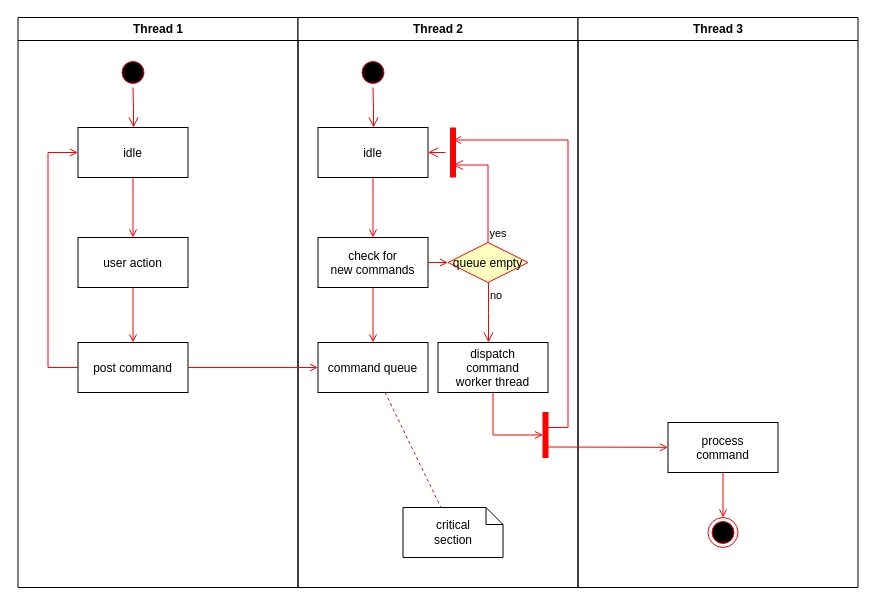
The draw.io diagram page "Atividades-Geral" (1 of 2) of diagramas/Untitled Diagram.drawio in vinniciusJ/fps_finder, before the edit. Source tidied: cells renumbered, new cells numbered last; positions are measured from the earlier drawing's top-left corner, leaving out a move shared by most shapes. Both pictures are drawn from the tidied source at 100%, with x=0, y=0 at pixel (17, 17).
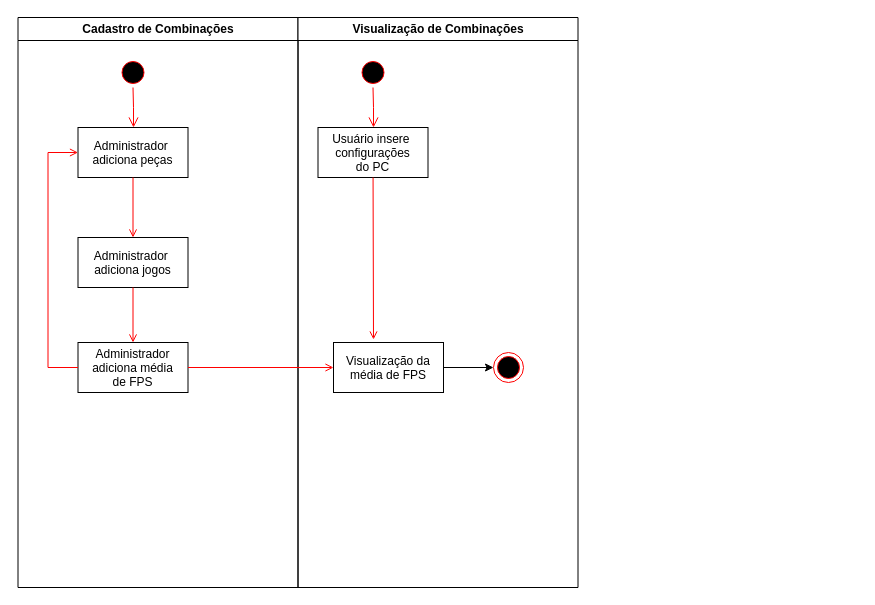
The same diagram, later.

Change to the diagram source:
```diff
@@
-    <mxCell id="2" value="Thread 1" style="swimlane;whiteSpace=wrap;" parent="1" vertex="1">
+    <mxCell id="2" value="Cadastro de Combinações" style="swimlane;whiteSpace=wrap;" parent="1" vertex="1">
       <mxGeometry x="0.5" width="280" height="570" as="geometry" />
     </mxCell>
@@
-    <mxCell id="5" value="idle" parent="2" vertex="1">
+    <mxCell id="5" value="Administrador &#10;adiciona peças" parent="2" vertex="1">
       <mxGeometry x="60" y="110" width="110" height="50" as="geometry" />
     </mxCell>
-    <mxCell id="6" value="user action" parent="2" vertex="1">
+    <mxCell id="6" value="Administrador &#10;adiciona jogos" parent="2" vertex="1">
       <mxGeometry x="60" y="220" width="110" height="50" as="geometry" />
     </mxCell>
@@
-    <mxCell id="8" value="post command" parent="2" vertex="1">
+    <mxCell id="8" value="Administrador&#10;adiciona média&#10;de FPS" parent="2" vertex="1">
       <mxGeometry x="60" y="325" width="110" height="50" as="geometry" />
     </mxCell>
@@
-    <mxCell id="11" value="Thread 2" style="swimlane;whiteSpace=wrap;" parent="1" vertex="1">
+    <mxCell id="11" value="Visualização de Combinações" style="swimlane;whiteSpace=wrap;" parent="1" vertex="1">
       <mxGeometry x="280.5" width="280" height="570" as="geometry" />
     </mxCell>
@@
-    <mxCell id="14" value="idle" parent="11" vertex="1">
+    <mxCell id="14" value="Usuário insere &#10;configurações&#10;do PC" parent="11" vertex="1">
       <mxGeometry x="20" y="110" width="110" height="50" as="geometry" />
     </mxCell>
-    <mxCell id="15" value="check for &#10;new commands" parent="11" vertex="1">
-      <mxGeometry x="20" y="220" width="110" height="50" as="geometry" />
-    </mxCell>
-    <mxCell id="16" style="endArrow=open;strokeColor=#FF0000;endFill=1;rounded=0;" parent="11" edge="1" source="14" target="15">
-      <mxGeometry relative="1" as="geometry" />
+    <mxCell id="16" style="endArrow=open;strokeColor=#FF0000;endFill=1;rounded=0;" parent="11" edge="1" source="14">
+      <mxGeometry relative="1" as="geometry">
+        <mxPoint x="75.5" y="322" as="targetPoint" />
+      </mxGeometry>
     </mxCell>
+    <mxCell id="37" style="edgeStyle=orthogonalEdgeStyle;rounded=0;jettySize=auto;html=1;exitX=1;exitY=0.5;exitDx=0;exitDy=0;entryX=0;entryY=0.5;entryDx=0;entryDy=0;" parent="11" edge="1" source="17" target="34">
+      <mxGeometry relative="1" as="geometry" />
+    </mxCell>
-    <mxCell id="17" value="command queue" parent="11" vertex="1">
-      <mxGeometry x="20" y="325" width="110" height="50" as="geometry" />
+    <mxCell id="17" value="Visualização da&#10;média de FPS" parent="11" vertex="1">
+      <mxGeometry x="35.5" y="325" width="110" height="50" as="geometry" />
     </mxCell>
-    <mxCell id="18" style="endArrow=open;strokeColor=#FF0000;endFill=1;rounded=0;" parent="11" edge="1" source="15" target="17">
-      <mxGeometry relative="1" as="geometry" />
-    </mxCell>
-    <mxCell id="19" value="queue empty" style="rhombus;fillColor=#ffffc0;strokeColor=#ff0000;" parent="11" vertex="1">
-      <mxGeometry x="150" y="225" width="80" height="40" as="geometry" />
-    </mxCell>
-    <mxCell id="20" value="yes" style="edgeStyle=elbowEdgeStyle;elbow=horizontal;align=left;verticalAlign=bottom;endArrow=open;endSize=8;strokeColor=#FF0000;exitX=0.5;exitY=0;endFill=1;rounded=0;entryX=0.75;entryY=0.5;entryPerimeter=0;" parent="11" edge="1" source="19" target="23">
-      <mxGeometry x="-1" relative="1" as="geometry">
-        <Array as="points">
-          <mxPoint x="190" y="180" />
-        </Array>
-      </mxGeometry>
-    </mxCell>
-    <mxCell id="21" value="no" style="edgeStyle=elbowEdgeStyle;elbow=horizontal;align=left;verticalAlign=top;endArrow=open;endSize=8;strokeColor=#FF0000;endFill=1;rounded=0;" parent="11" edge="1" source="19" target="25">
-      <mxGeometry x="-1" relative="1" as="geometry" />
-    </mxCell>
-    <mxCell id="22" style="endArrow=open;strokeColor=#FF0000;endFill=1;rounded=0;" parent="11" edge="1" source="15" target="19">
-      <mxGeometry relative="1" as="geometry" />
-    </mxCell>
-    <mxCell id="23" style="shape=line;strokeWidth=6;strokeColor=#ff0000;rotation=90;" parent="11" vertex="1">
-      <mxGeometry x="130" y="127.5" width="50" height="15" as="geometry" />
-    </mxCell>
-    <mxCell id="24" style="edgeStyle=elbowEdgeStyle;elbow=horizontal;verticalAlign=bottom;endArrow=open;endSize=8;strokeColor=#FF0000;endFill=1;rounded=0;" parent="11" edge="1" source="23" target="14">
-      <mxGeometry x="130" y="90" as="geometry" />
-    </mxCell>
-    <mxCell id="25" value="dispatch&#10;command&#10;worker thread" parent="11" vertex="1">
-      <mxGeometry x="140" y="325" width="110" height="50" as="geometry" />
-    </mxCell>
-    <mxCell id="26" value="critical&#10;section" style="shape=note;whiteSpace=wrap;size=17;" parent="11" vertex="1">
-      <mxGeometry x="105" y="490" width="100" height="50" as="geometry" />
-    </mxCell>
-    <mxCell id="27" style="endArrow=none;strokeColor=#FF0000;endFill=0;rounded=0;dashed=1;" parent="11" edge="1" source="17" target="26">
-      <mxGeometry relative="1" as="geometry" />
-    </mxCell>
-    <mxCell id="28" style="whiteSpace=wrap;strokeColor=#FF0000;fillColor=#FF0000;" parent="11" vertex="1">
-      <mxGeometry x="245" y="395" width="5" height="45" as="geometry" />
-    </mxCell>
-    <mxCell id="29" style="edgeStyle=elbowEdgeStyle;elbow=horizontal;entryX=0;entryY=0.5;strokeColor=#FF0000;endArrow=open;endFill=1;rounded=0;" parent="11" edge="1" source="25" target="28">
-      <mxGeometry relative="1" as="geometry">
-        <Array as="points">
-          <mxPoint x="195" y="400" />
-        </Array>
-      </mxGeometry>
-    </mxCell>
-    <mxCell id="30" value="Thread 3" style="swimlane;whiteSpace=wrap;" parent="1" vertex="1">
-      <mxGeometry x="560.5" width="280" height="570" as="geometry" />
-    </mxCell>
-    <mxCell id="31" value="process&#10;command" parent="30" vertex="1">
-      <mxGeometry x="90" y="405" width="110" height="50" as="geometry" />
-    </mxCell>
-    <mxCell id="32" style="edgeStyle=elbowEdgeStyle;elbow=horizontal;strokeColor=#FF0000;endArrow=open;endFill=1;rounded=0;entryX=0.25;entryY=0.5;entryPerimeter=0;" parent="30" edge="1" target="23">
-      <mxGeometry relative="1" as="geometry">
-        <mxPoint x="-30" y="410" as="sourcePoint" />
-        <Array as="points">
-          <mxPoint x="-10" y="135" />
-        </Array>
-      </mxGeometry>
-    </mxCell>
-    <mxCell id="33" style="edgeStyle=none;strokeColor=#FF0000;endArrow=open;endFill=1;rounded=0;" parent="30" edge="1" target="31">
-      <mxGeometry relative="1" as="geometry">
-        <mxPoint x="-30" y="429.5" as="sourcePoint" />
-      </mxGeometry>
-    </mxCell>
-    <mxCell id="34" style="ellipse;shape=endState;fillColor=#000000;strokeColor=#ff0000;" parent="30" vertex="1">
-      <mxGeometry x="130" y="500" width="30" height="30" as="geometry" />
+    <mxCell id="34" style="ellipse;shape=endState;fillColor=#000000;strokeColor=#ff0000;" parent="11" vertex="1">
+      <mxGeometry x="195.5" y="335" width="30" height="30" as="geometry" />
     </mxCell>
-    <mxCell id="35" style="endArrow=open;strokeColor=#FF0000;endFill=1;rounded=0;" parent="30" edge="1" source="31" target="34">
-      <mxGeometry relative="1" as="geometry" />
-    </mxCell>
```
